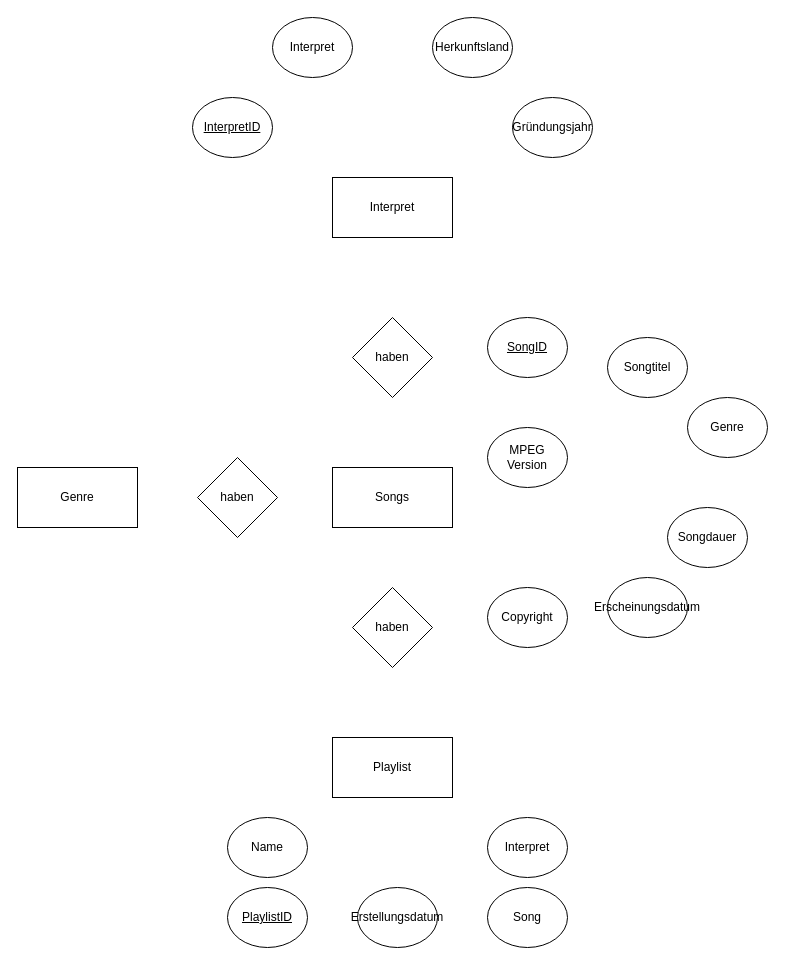
ManuelEderr/Musikverwaltung keeps this draw.io diagram as Untitled Diagram.drawio. Above is the earlier version. Source tidied: cells renumbered, new cells numbered last; positions are measured from the earlier drawing's top-left corner, leaving out a move shared by most shapes. Both pictures are drawn from the tidied source at 100%, with x=0, y=0 at pixel (17, 17).
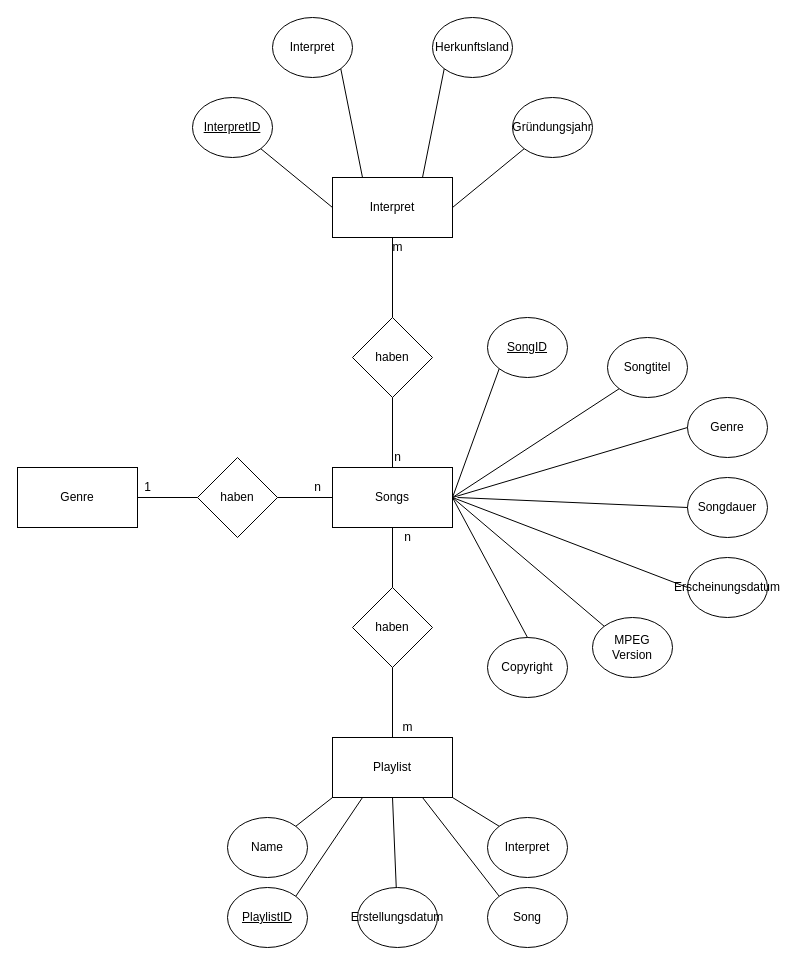
The same page after the edit.

Unchanged cells that the change refers to:
```xml
<mxCell id="2" value="Interpret" style="rounded=0;whiteSpace=wrap;html=1;" parent="1" vertex="1">
  <mxGeometry x="315" y="160" width="120" height="60" as="geometry" />
</mxCell>
<mxCell id="3" value="haben" style="rhombus;whiteSpace=wrap;html=1;" parent="1" vertex="1">
  <mxGeometry x="335" y="300" width="80" height="80" as="geometry" />
</mxCell>
<mxCell id="4" value="Songs" style="rounded=0;whiteSpace=wrap;html=1;" parent="1" vertex="1">
  <mxGeometry x="315" y="450" width="120" height="60" as="geometry" />
</mxCell>
<mxCell id="5" value="Playlist" style="rounded=0;whiteSpace=wrap;html=1;" parent="1" vertex="1">
  <mxGeometry x="315" y="720" width="120" height="60" as="geometry" />
</mxCell>
<mxCell id="6" value="Genre" style="rounded=0;whiteSpace=wrap;html=1;" parent="1" vertex="1">
  <mxGeometry y="450" width="120" height="60" as="geometry" />
</mxCell>
<mxCell id="7" value="haben" style="rhombus;whiteSpace=wrap;html=1;" parent="1" vertex="1">
  <mxGeometry x="335" y="570" width="80" height="80" as="geometry" />
</mxCell>
<mxCell id="8" value="haben" style="rhombus;whiteSpace=wrap;html=1;" parent="1" vertex="1">
  <mxGeometry x="180" y="440" width="80" height="80" as="geometry" />
</mxCell>
<mxCell id="9" value="&lt;u&gt;InterpretID&lt;/u&gt;" style="ellipse;whiteSpace=wrap;html=1;" parent="1" vertex="1">
  <mxGeometry x="175" y="80" width="80" height="60" as="geometry" />
</mxCell>
<mxCell id="10" value="Interpret" style="ellipse;whiteSpace=wrap;html=1;" parent="1" vertex="1">
  <mxGeometry x="255" width="80" height="60" as="geometry" />
</mxCell>
<mxCell id="11" value="Herkunftsland" style="ellipse;whiteSpace=wrap;html=1;" parent="1" vertex="1">
  <mxGeometry x="415" width="80" height="60" as="geometry" />
</mxCell>
<mxCell id="12" value="Gründungsjahr" style="ellipse;whiteSpace=wrap;html=1;" parent="1" vertex="1">
  <mxGeometry x="495" y="80" width="80" height="60" as="geometry" />
</mxCell>
<mxCell id="13" value="&lt;u&gt;SongID&lt;/u&gt;" style="ellipse;whiteSpace=wrap;html=1;" parent="1" vertex="1">
  <mxGeometry x="470" y="300" width="80" height="60" as="geometry" />
</mxCell>
<mxCell id="14" value="Songtitel" style="ellipse;whiteSpace=wrap;html=1;" parent="1" vertex="1">
  <mxGeometry x="590" y="320" width="80" height="60" as="geometry" />
</mxCell>
<mxCell id="16" value="Genre" style="ellipse;whiteSpace=wrap;html=1;" parent="1" vertex="1">
  <mxGeometry x="670" y="380" width="80" height="60" as="geometry" />
</mxCell>
<mxCell id="20" value="Name" style="ellipse;whiteSpace=wrap;html=1;" parent="1" vertex="1">
  <mxGeometry x="210" y="800" width="80" height="60" as="geometry" />
</mxCell>
<mxCell id="21" value="Erstellungsdatum" style="ellipse;whiteSpace=wrap;html=1;" parent="1" vertex="1">
  <mxGeometry x="340" y="870" width="80" height="60" as="geometry" />
</mxCell>
<mxCell id="22" value="Song" style="ellipse;whiteSpace=wrap;html=1;" parent="1" vertex="1">
  <mxGeometry x="470" y="870" width="80" height="60" as="geometry" />
</mxCell>
<mxCell id="23" value="Interpret" style="ellipse;whiteSpace=wrap;html=1;" parent="1" vertex="1">
  <mxGeometry x="470" y="800" width="80" height="60" as="geometry" />
</mxCell>
<mxCell id="24" value="&lt;u&gt;PlaylistID&lt;/u&gt;" style="ellipse;whiteSpace=wrap;html=1;" parent="1" vertex="1">
  <mxGeometry x="210" y="870" width="80" height="60" as="geometry" />
</mxCell>
```

Diff of the diagram source:
```diff
@@
     <mxCell id="15" value="Songdauer" style="ellipse;whiteSpace=wrap;html=1;" parent="1" vertex="1">
-      <mxGeometry x="650" y="490" width="80" height="60" as="geometry" />
+      <mxGeometry x="670" y="460" width="80" height="60" as="geometry" />
     </mxCell>
@@
     <mxCell id="17" value="Erscheinungsdatum" style="ellipse;whiteSpace=wrap;html=1;" parent="1" vertex="1">
-      <mxGeometry x="590" y="560" width="80" height="60" as="geometry" />
+      <mxGeometry x="670" y="540" width="80" height="60" as="geometry" />
     </mxCell>
     <mxCell id="18" value="MPEG Version" style="ellipse;whiteSpace=wrap;html=1;" parent="1" vertex="1">
-      <mxGeometry x="470" y="410" width="80" height="60" as="geometry" />
+      <mxGeometry x="575" y="600" width="80" height="60" as="geometry" />
     </mxCell>
     <mxCell id="19" value="Copyright" style="ellipse;whiteSpace=wrap;html=1;" parent="1" vertex="1">
-      <mxGeometry x="470" y="570" width="80" height="60" as="geometry" />
+      <mxGeometry x="470" y="620" width="80" height="60" as="geometry" />
     </mxCell>
@@
+    <mxCell id="25" style="endArrow=none;html=1;rounded=0;exitX=1;exitY=1;exitDx=0;exitDy=0;entryX=0;entryY=0.5;entryDx=0;entryDy=0;" parent="1" edge="1" source="9" target="2">
+      <mxGeometry relative="1" as="geometry" />
+    </mxCell>
+    <mxCell id="26" style="endArrow=none;html=1;rounded=0;entryX=0.25;entryY=0;entryDx=0;entryDy=0;exitX=1;exitY=1;exitDx=0;exitDy=0;" parent="1" edge="1" source="10" target="2">
+      <mxGeometry relative="1" as="geometry" />
+    </mxCell>
+    <mxCell id="27" style="endArrow=none;html=1;rounded=0;entryX=0.75;entryY=0;entryDx=0;entryDy=0;exitX=0;exitY=1;exitDx=0;exitDy=0;" parent="1" edge="1" source="11" target="2">
+      <mxGeometry relative="1" as="geometry" />
+    </mxCell>
+    <mxCell id="28" style="endArrow=none;html=1;rounded=0;entryX=1;entryY=0.5;entryDx=0;entryDy=0;exitX=0;exitY=1;exitDx=0;exitDy=0;" parent="1" edge="1" source="12" target="2">
+      <mxGeometry relative="1" as="geometry" />
+    </mxCell>
+    <mxCell id="29" style="endArrow=none;html=1;rounded=0;entryX=1;entryY=0.5;entryDx=0;entryDy=0;exitX=0;exitY=1;exitDx=0;exitDy=0;" parent="1" edge="1" source="13" target="4">
+      <mxGeometry relative="1" as="geometry" />
+    </mxCell>
+    <mxCell id="30" style="endArrow=none;html=1;rounded=0;exitX=0;exitY=1;exitDx=0;exitDy=0;entryX=1;entryY=0.5;entryDx=0;entryDy=0;" parent="1" edge="1" source="14" target="4">
+      <mxGeometry relative="1" as="geometry" />
+    </mxCell>
+    <mxCell id="31" style="endArrow=none;html=1;rounded=0;exitX=0;exitY=0.5;exitDx=0;exitDy=0;entryX=1;entryY=0.5;entryDx=0;entryDy=0;" parent="1" edge="1" source="16" target="4">
+      <mxGeometry relative="1" as="geometry" />
+    </mxCell>
+    <mxCell id="32" style="endArrow=none;html=1;rounded=0;exitX=0;exitY=0.5;exitDx=0;exitDy=0;" parent="1" edge="1" source="15">
+      <mxGeometry relative="1" as="geometry">
+        <mxPoint x="440" y="480" as="targetPoint" />
+      </mxGeometry>
+    </mxCell>
+    <mxCell id="33" style="endArrow=none;html=1;rounded=0;exitX=0;exitY=0.5;exitDx=0;exitDy=0;entryX=1;entryY=0.5;entryDx=0;entryDy=0;" parent="1" edge="1" source="17" target="4">
+      <mxGeometry relative="1" as="geometry" />
+    </mxCell>
+    <mxCell id="34" style="endArrow=none;html=1;rounded=0;exitX=0;exitY=0;exitDx=0;exitDy=0;entryX=1;entryY=0.5;entryDx=0;entryDy=0;" parent="1" edge="1" source="18" target="4">
+      <mxGeometry relative="1" as="geometry" />
+    </mxCell>
+    <mxCell id="35" style="endArrow=none;html=1;rounded=0;exitX=0.5;exitY=0;exitDx=0;exitDy=0;entryX=1;entryY=0.5;entryDx=0;entryDy=0;" parent="1" edge="1" source="19" target="4">
+      <mxGeometry relative="1" as="geometry" />
+    </mxCell>
+    <mxCell id="36" style="endArrow=none;html=1;rounded=0;exitX=0;exitY=0;exitDx=0;exitDy=0;entryX=1;entryY=1;entryDx=0;entryDy=0;" parent="1" edge="1" source="23" target="5">
+      <mxGeometry relative="1" as="geometry" />
+    </mxCell>
+    <mxCell id="37" style="endArrow=none;html=1;rounded=0;exitX=1;exitY=0;exitDx=0;exitDy=0;entryX=0;entryY=1;entryDx=0;entryDy=0;" parent="1" edge="1" source="20" target="5">
+      <mxGeometry relative="1" as="geometry" />
+    </mxCell>
+    <mxCell id="38" style="endArrow=none;html=1;rounded=0;exitX=0.75;exitY=1;exitDx=0;exitDy=0;entryX=0;entryY=0;entryDx=0;entryDy=0;" parent="1" edge="1" source="5" target="22">
+      <mxGeometry relative="1" as="geometry" />
+    </mxCell>
+    <mxCell id="39" style="endArrow=none;html=1;rounded=0;exitX=0.5;exitY=1;exitDx=0;exitDy=0;" parent="1" edge="1" source="5" target="21">
+      <mxGeometry relative="1" as="geometry" />
+    </mxCell>
+    <mxCell id="40" style="endArrow=none;html=1;rounded=0;exitX=0.25;exitY=1;exitDx=0;exitDy=0;entryX=1;entryY=0;entryDx=0;entryDy=0;" parent="1" edge="1" source="5" target="24">
+      <mxGeometry relative="1" as="geometry" />
+    </mxCell>
+    <mxCell id="41" style="endArrow=none;html=1;rounded=0;exitX=1;exitY=0.5;exitDx=0;exitDy=0;" parent="1" edge="1" source="6" target="8">
+      <mxGeometry relative="1" as="geometry" />
+    </mxCell>
+    <mxCell id="42" style="endArrow=none;html=1;rounded=0;exitX=0;exitY=0.5;exitDx=0;exitDy=0;entryX=1;entryY=0.5;entryDx=0;entryDy=0;" parent="1" edge="1" source="4" target="8">
+      <mxGeometry relative="1" as="geometry" />
+    </mxCell>
+    <mxCell id="43" value="1" style="text;html=1;align=center;verticalAlign=middle;strokeColor=none;fillColor=none;" parent="1" vertex="1">
+      <mxGeometry x="120" y="460" width="20" height="20" as="geometry" />
+    </mxCell>
+    <mxCell id="44" value="n" style="text;html=1;align=center;verticalAlign=middle;strokeColor=none;fillColor=none;" parent="1" vertex="1">
+      <mxGeometry x="290" y="460" width="20" height="20" as="geometry" />
+    </mxCell>
+    <mxCell id="45" style="endArrow=none;html=1;rounded=0;exitX=0.5;exitY=0;exitDx=0;exitDy=0;entryX=0.5;entryY=1;entryDx=0;entryDy=0;" parent="1" edge="1" source="3" target="2">
+      <mxGeometry relative="1" as="geometry" />
+    </mxCell>
+    <mxCell id="46" style="endArrow=none;html=1;rounded=0;exitX=0.5;exitY=0;exitDx=0;exitDy=0;" parent="1" edge="1" source="4">
+      <mxGeometry relative="1" as="geometry">
+        <mxPoint x="375" y="380" as="targetPoint" />
+      </mxGeometry>
+    </mxCell>
+    <mxCell id="47" value="m" style="text;html=1;align=center;verticalAlign=middle;strokeColor=none;fillColor=none;" parent="1" vertex="1">
+      <mxGeometry x="365" y="220" width="30" height="20" as="geometry" />
+    </mxCell>
+    <mxCell id="48" value="n" style="text;html=1;align=center;verticalAlign=middle;strokeColor=none;fillColor=none;" parent="1" vertex="1">
+      <mxGeometry x="370" y="430" width="20" height="20" as="geometry" />
+    </mxCell>
+    <mxCell id="49" style="endArrow=none;html=1;rounded=0;exitX=0.5;exitY=0;exitDx=0;exitDy=0;" parent="1" edge="1" source="7">
+      <mxGeometry relative="1" as="geometry">
+        <mxPoint x="375" y="510" as="targetPoint" />
+      </mxGeometry>
+    </mxCell>
+    <mxCell id="50" value="n" style="text;html=1;align=center;verticalAlign=middle;strokeColor=none;fillColor=none;" parent="1" vertex="1">
+      <mxGeometry x="380" y="510" width="20" height="20" as="geometry" />
+    </mxCell>
+    <mxCell id="51" style="endArrow=none;html=1;rounded=0;exitX=0.5;exitY=0;exitDx=0;exitDy=0;" parent="1" edge="1" source="5">
+      <mxGeometry relative="1" as="geometry">
+        <mxPoint x="375" y="650" as="targetPoint" />
+      </mxGeometry>
+    </mxCell>
+    <mxCell id="52" value="m" style="text;html=1;align=center;verticalAlign=middle;strokeColor=none;fillColor=none;" parent="1" vertex="1">
+      <mxGeometry x="375" y="700" width="30" height="20" as="geometry" />
+    </mxCell>
```
